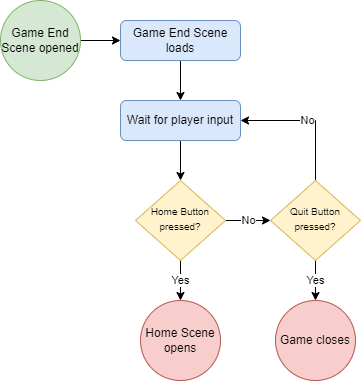
Before: Design/GameEndFlow.png, a diagram exported from draw.io (zkturman/TiltaPong). Source tidied: cells renumbered, new cells last; positions are measured from the earlier drawing's top-left corner, leaving out a move shared by most shapes. Source of this version:
```xml
<mxGraphModel>
  <root>
    <mxCell id="0" />
    <mxCell id="1" parent="0" />
    <mxCell id="2" value="No" style="edgeStyle=orthogonalEdgeStyle;rounded=0;jettySize=auto;html=1;exitX=1;exitY=0.5;exitDx=0;exitDy=0;entryX=0;entryY=0.5;entryDx=0;entryDy=0;" parent="1" edge="1" source="4" target="9">
      <mxGeometry relative="1" as="geometry" />
    </mxCell>
    <mxCell id="3" value="Yes" style="edgeStyle=orthogonalEdgeStyle;rounded=0;jettySize=auto;html=1;exitX=0.5;exitY=1;exitDx=0;exitDy=0;entryX=0.5;entryY=0;entryDx=0;entryDy=0;" parent="1" edge="1" source="4" target="13">
      <mxGeometry relative="1" as="geometry" />
    </mxCell>
    <mxCell id="4" value="&lt;span style=&quot;font-size: 10px&quot;&gt;Home Button pressed?&lt;/span&gt;" style="rhombus;whiteSpace=wrap;html=1;shadow=0;fontFamily=Helvetica;fontSize=12;align=center;strokeWidth=1;spacing=6;spacingTop=-4;fillColor=#fff2cc;strokeColor=#d6b656;" parent="1" vertex="1">
      <mxGeometry x="135" y="180" width="90" height="80" as="geometry" />
    </mxCell>
    <mxCell id="5" style="edgeStyle=orthogonalEdgeStyle;rounded=0;jettySize=auto;html=1;exitX=1;exitY=0.5;exitDx=0;exitDy=0;" parent="1" edge="1" source="6" target="11">
      <mxGeometry relative="1" as="geometry" />
    </mxCell>
    <mxCell id="6" value="Game End Scene opened" style="ellipse;whiteSpace=wrap;html=1;fillColor=#d5e8d4;strokeColor=#82b366;" parent="1" vertex="1">
      <mxGeometry width="80" height="80" as="geometry" />
    </mxCell>
    <mxCell id="7" value="Yes" style="edgeStyle=orthogonalEdgeStyle;rounded=0;jettySize=auto;html=1;exitX=0.5;exitY=1;exitDx=0;exitDy=0;entryX=0.5;entryY=0;entryDx=0;entryDy=0;" parent="1" edge="1" source="9" target="12">
      <mxGeometry relative="1" as="geometry" />
    </mxCell>
    <mxCell id="8" value="No" style="edgeStyle=orthogonalEdgeStyle;rounded=0;jettySize=auto;html=1;exitX=0.5;exitY=0;exitDx=0;exitDy=0;entryX=1;entryY=0.5;entryDx=0;entryDy=0;" parent="1" edge="1" source="9" target="15">
      <mxGeometry relative="1" as="geometry" />
    </mxCell>
    <mxCell id="9" value="&lt;span style=&quot;font-size: 10px&quot;&gt;Quit Button pressed?&lt;/span&gt;" style="rhombus;whiteSpace=wrap;html=1;shadow=0;fontFamily=Helvetica;fontSize=12;align=center;strokeWidth=1;spacing=6;spacingTop=-4;fillColor=#fff2cc;strokeColor=#d6b656;" parent="1" vertex="1">
      <mxGeometry x="270" y="180" width="90" height="80" as="geometry" />
    </mxCell>
    <mxCell id="10" style="edgeStyle=orthogonalEdgeStyle;rounded=0;jettySize=auto;html=1;exitX=0.5;exitY=1;exitDx=0;exitDy=0;" parent="1" edge="1" source="11" target="15">
      <mxGeometry relative="1" as="geometry" />
    </mxCell>
    <mxCell id="11" value="Game End Scene loads" style="rounded=1;whiteSpace=wrap;html=1;fillColor=#dae8fc;strokeColor=#6c8ebf;" parent="1" vertex="1">
      <mxGeometry x="120" y="20" width="120" height="40" as="geometry" />
    </mxCell>
    <mxCell id="12" value="Game closes" style="ellipse;whiteSpace=wrap;html=1;fillColor=#f8cecc;strokeColor=#b85450;" parent="1" vertex="1">
      <mxGeometry x="275" y="300" width="80" height="80" as="geometry" />
    </mxCell>
    <mxCell id="13" value="Home Scene opens" style="ellipse;whiteSpace=wrap;html=1;fillColor=#f8cecc;strokeColor=#b85450;" parent="1" vertex="1">
      <mxGeometry x="140" y="300" width="80" height="80" as="geometry" />
    </mxCell>
    <mxCell id="14" style="edgeStyle=orthogonalEdgeStyle;rounded=0;jettySize=auto;html=1;exitX=0.5;exitY=1;exitDx=0;exitDy=0;entryX=0.5;entryY=0;entryDx=0;entryDy=0;" parent="1" edge="1" source="15" target="4">
      <mxGeometry relative="1" as="geometry" />
    </mxCell>
    <mxCell id="15" value="Wait for player input" style="rounded=1;whiteSpace=wrap;html=1;fillColor=#dae8fc;strokeColor=#6c8ebf;" parent="1" vertex="1">
      <mxGeometry x="120" y="100" width="120" height="40" as="geometry" />
    </mxCell>
  </root>
</mxGraphModel>
```
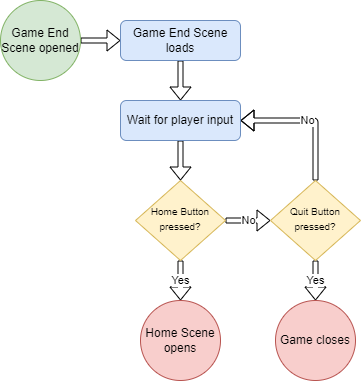
Above is the later version.

Diff of the diagram source:
```diff
@@ -2,31 +2,31 @@
   <root>
     <mxCell id="0" />
     <mxCell id="1" parent="0" />
-    <mxCell id="2" value="No" style="edgeStyle=orthogonalEdgeStyle;rounded=0;jettySize=auto;html=1;exitX=1;exitY=0.5;exitDx=0;exitDy=0;entryX=0;entryY=0.5;entryDx=0;entryDy=0;" parent="1" edge="1" source="4" target="9">
+    <mxCell id="2" value="No" style="edgeStyle=orthogonalEdgeStyle;rounded=1;jettySize=auto;html=1;exitX=1;exitY=0.5;exitDx=0;exitDy=0;entryX=0;entryY=0.5;entryDx=0;entryDy=0;shape=flexArrow;endSize=4;fillColor=default;endWidth=15;width=5;" parent="1" edge="1" source="4" target="9">
       <mxGeometry relative="1" as="geometry" />
     </mxCell>
-    <mxCell id="3" value="Yes" style="edgeStyle=orthogonalEdgeStyle;rounded=0;jettySize=auto;html=1;exitX=0.5;exitY=1;exitDx=0;exitDy=0;entryX=0.5;entryY=0;entryDx=0;entryDy=0;" parent="1" edge="1" source="4" target="13">
+    <mxCell id="3" value="Yes" style="edgeStyle=orthogonalEdgeStyle;rounded=0;jettySize=auto;html=1;exitX=0.5;exitY=1;exitDx=0;exitDy=0;entryX=0.5;entryY=0;entryDx=0;entryDy=0;shape=flexArrow;endSize=4;fillColor=default;width=5;endWidth=15;" parent="1" edge="1" source="4" target="13">
       <mxGeometry relative="1" as="geometry" />
     </mxCell>
     <mxCell id="4" value="&lt;span style=&quot;font-size: 10px&quot;&gt;Home Button pressed?&lt;/span&gt;" style="rhombus;whiteSpace=wrap;html=1;shadow=0;fontFamily=Helvetica;fontSize=12;align=center;strokeWidth=1;spacing=6;spacingTop=-4;fillColor=#fff2cc;strokeColor=#d6b656;" parent="1" vertex="1">
       <mxGeometry x="135" y="180" width="90" height="80" as="geometry" />
     </mxCell>
-    <mxCell id="5" style="edgeStyle=orthogonalEdgeStyle;rounded=0;jettySize=auto;html=1;exitX=1;exitY=0.5;exitDx=0;exitDy=0;" parent="1" edge="1" source="6" target="11">
+    <mxCell id="5" style="edgeStyle=orthogonalEdgeStyle;rounded=0;jettySize=auto;html=1;exitX=1;exitY=0.5;exitDx=0;exitDy=0;shape=flexArrow;endSize=4;fillColor=default;endWidth=15;startWidth=20;width=5;" parent="1" edge="1" source="6" target="11">
       <mxGeometry relative="1" as="geometry" />
     </mxCell>
     <mxCell id="6" value="Game End Scene opened" style="ellipse;whiteSpace=wrap;html=1;fillColor=#d5e8d4;strokeColor=#82b366;" parent="1" vertex="1">
       <mxGeometry width="80" height="80" as="geometry" />
     </mxCell>
-    <mxCell id="7" value="Yes" style="edgeStyle=orthogonalEdgeStyle;rounded=0;jettySize=auto;html=1;exitX=0.5;exitY=1;exitDx=0;exitDy=0;entryX=0.5;entryY=0;entryDx=0;entryDy=0;" parent="1" edge="1" source="9" target="12">
+    <mxCell id="7" value="Yes" style="edgeStyle=orthogonalEdgeStyle;rounded=1;jettySize=auto;html=1;exitX=0.5;exitY=1;exitDx=0;exitDy=0;entryX=0.5;entryY=0;entryDx=0;entryDy=0;shape=flexArrow;endSize=4;fillColor=default;endWidth=15;width=5;" parent="1" edge="1" source="9" target="12">
       <mxGeometry relative="1" as="geometry" />
     </mxCell>
-    <mxCell id="8" value="No" style="edgeStyle=orthogonalEdgeStyle;rounded=0;jettySize=auto;html=1;exitX=0.5;exitY=0;exitDx=0;exitDy=0;entryX=1;entryY=0.5;entryDx=0;entryDy=0;" parent="1" edge="1" source="9" target="15">
+    <mxCell id="8" value="No" style="edgeStyle=orthogonalEdgeStyle;rounded=1;jettySize=auto;html=1;exitX=0.5;exitY=0;exitDx=0;exitDy=0;entryX=1;entryY=0.5;entryDx=0;entryDy=0;shape=flexArrow;endSize=4;fillColor=default;width=5;endWidth=15;" parent="1" edge="1" source="9" target="15">
       <mxGeometry relative="1" as="geometry" />
     </mxCell>
     <mxCell id="9" value="&lt;span style=&quot;font-size: 10px&quot;&gt;Quit Button pressed?&lt;/span&gt;" style="rhombus;whiteSpace=wrap;html=1;shadow=0;fontFamily=Helvetica;fontSize=12;align=center;strokeWidth=1;spacing=6;spacingTop=-4;fillColor=#fff2cc;strokeColor=#d6b656;" parent="1" vertex="1">
       <mxGeometry x="270" y="180" width="90" height="80" as="geometry" />
     </mxCell>
-    <mxCell id="10" style="edgeStyle=orthogonalEdgeStyle;rounded=0;jettySize=auto;html=1;exitX=0.5;exitY=1;exitDx=0;exitDy=0;" parent="1" edge="1" source="11" target="15">
+    <mxCell id="10" style="edgeStyle=orthogonalEdgeStyle;rounded=0;jettySize=auto;html=1;exitX=0.5;exitY=1;exitDx=0;exitDy=0;fillColor=default;shape=flexArrow;endSize=4;width=5;endWidth=15;" parent="1" edge="1" source="11" target="15">
       <mxGeometry relative="1" as="geometry" />
     </mxCell>
     <mxCell id="11" value="Game End Scene loads" style="rounded=1;whiteSpace=wrap;html=1;fillColor=#dae8fc;strokeColor=#6c8ebf;" parent="1" vertex="1">
@@ -38,7 +38,7 @@
     <mxCell id="13" value="Home Scene opens" style="ellipse;whiteSpace=wrap;html=1;fillColor=#f8cecc;strokeColor=#b85450;" parent="1" vertex="1">
       <mxGeometry x="140" y="300" width="80" height="80" as="geometry" />
     </mxCell>
-    <mxCell id="14" style="edgeStyle=orthogonalEdgeStyle;rounded=0;jettySize=auto;html=1;exitX=0.5;exitY=1;exitDx=0;exitDy=0;entryX=0.5;entryY=0;entryDx=0;entryDy=0;" parent="1" edge="1" source="15" target="4">
+    <mxCell id="14" style="edgeStyle=orthogonalEdgeStyle;rounded=0;jettySize=auto;html=1;exitX=0.5;exitY=1;exitDx=0;exitDy=0;entryX=0.5;entryY=0;entryDx=0;entryDy=0;shape=flexArrow;endSize=4;fillColor=default;width=5;endWidth=15;" parent="1" edge="1" source="15" target="4">
       <mxGeometry relative="1" as="geometry" />
     </mxCell>
     <mxCell id="15" value="Wait for player input" style="rounded=1;whiteSpace=wrap;html=1;fillColor=#dae8fc;strokeColor=#6c8ebf;" parent="1" vertex="1">
```
